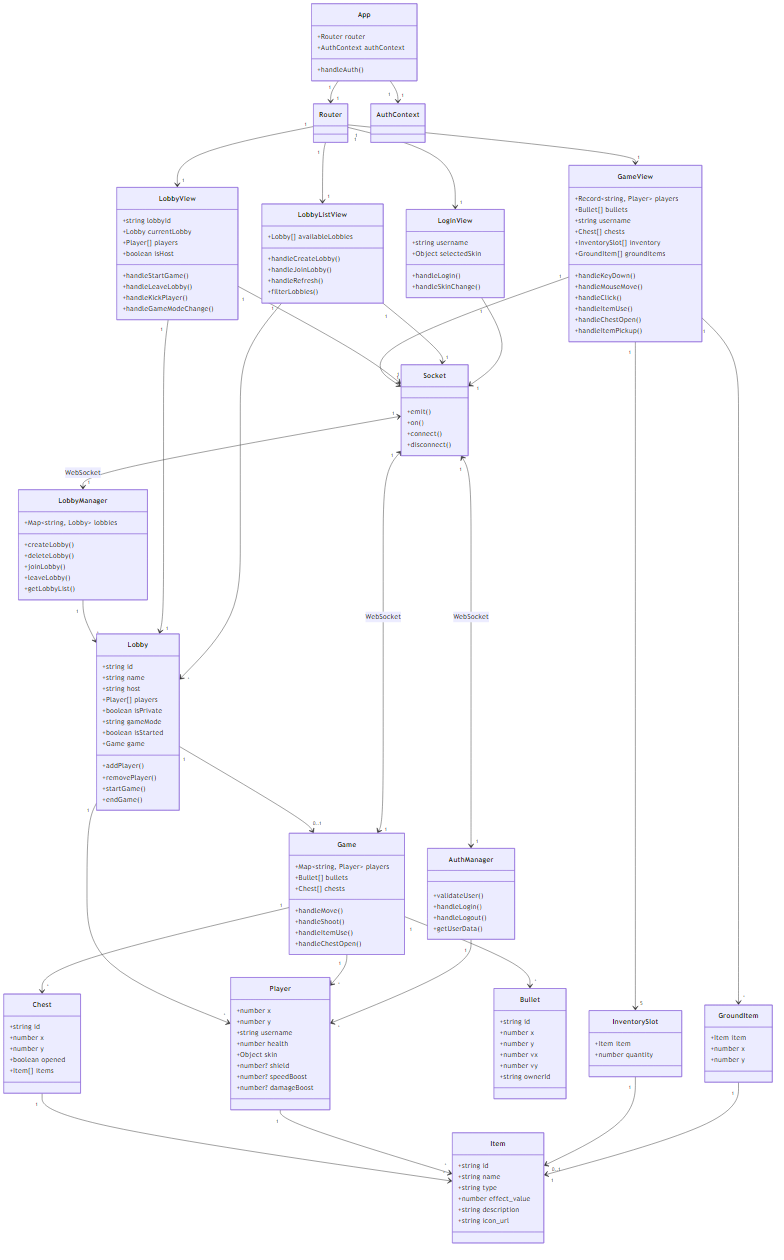
Earlier version of the Mermaid export backend/game-diagram.png (Micha040/WebApp). Its source is kept beside it as backend/game-diagram.mmd.
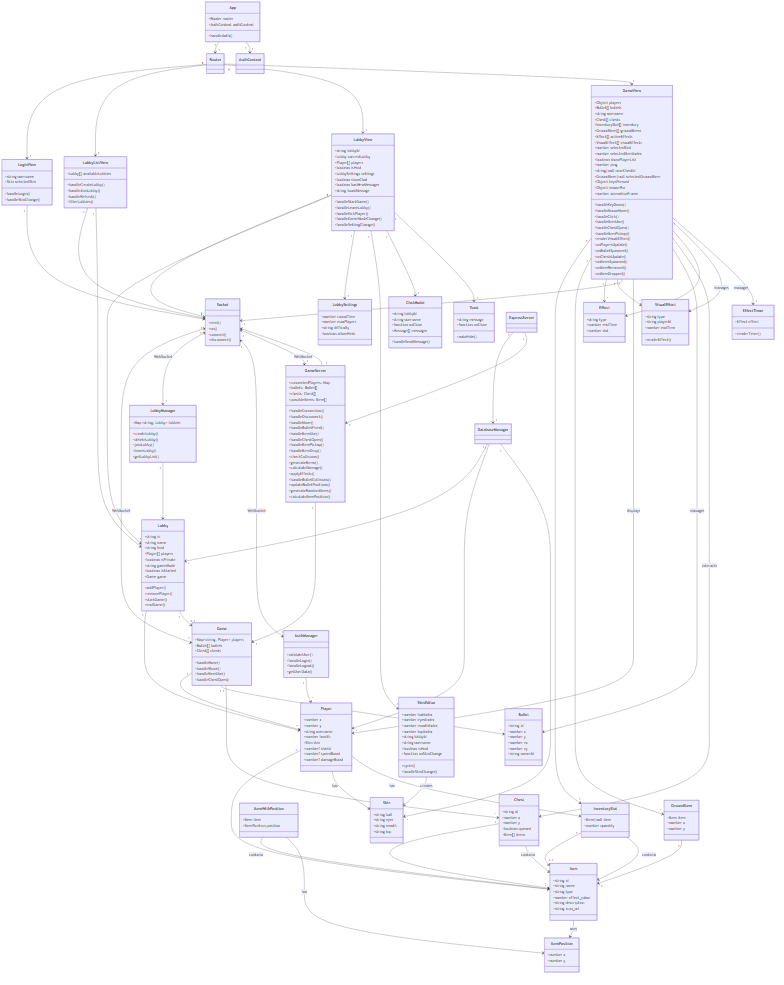
The same diagram one commit later.

Change to the diagram source:
```diff
@@ -6,3 +6,3 @@
         +number health
-        +Object skin
+        +Skin skin
         +number? shield
@@ -10,2 +10,9 @@
         +number? damageBoost
+    }
+
+    class Skin {
+        +string ball
+        +string eyes
+        +string mouth
+        +string top
     }
@@ -19,2 +26,12 @@
         +string icon_url
+    }
+
+    class ItemPosition {
+        +number x
+        +number y
+    }
+
+    class ItemWithPosition {
+        +Item item
+        +ItemPosition position
     }
@@ -87,3 +104,3 @@
         +string username
-        +Object selectedSkin
+        +Skin selectedSkin
         +handleLogin()
@@ -105,2 +122,6 @@
         +boolean isHost
+        +LobbySettings settings
+        +boolean showChat
+        +boolean hasNewMessages
+        +string toastMessage
         +handleStartGame()
@@ -109,2 +130,3 @@
         +handleGameModeChange()
+        +handleSettingChange()
     }
@@ -112,3 +134,3 @@
     class GameView {
-        +Record~string, Player~ players
+        +Object players
         +Bullet[] bullets
@@ -118,2 +140,13 @@
         +GroundItem[] groundItems
+        +Effect[] activeEffects
+        +VisualEffect[] visualEffects
+        +number selectedSlot
+        +number selectedItemIndex
+        +boolean showPlayerList
+        +number ping
+        +string|null nearChestId
+        +GroundItem|null selectedGroundItem
+        +Object keysPressed
+        +Object mousePos
+        +number animationFrame
         +handleKeyDown()
@@ -124,2 +157,9 @@
         +handleItemPickup()
+        +renderVisualEffect()
+        +onPlayersUpdate()
+        +onBulletSpawned()
+        +onChestsUpdate()
+        +onItemsSpawned()
+        +onItemRemoved()
+        +onItemDropped()
     }
@@ -127,3 +167,3 @@
     class InventorySlot {
-        +Item item
+        +Item|null item
         +number quantity
@@ -144,2 +184,143 @@
 
+    class Effect {
+        +string type
+        +number endTime
+        +number slot
+    }
+
+    class VisualEffect {
+        +string type
+        +string playerId
+        +number endTime
+        +renderEffect()
+    }
+
+    class LobbySettings {
+        +number roundTime
+        +number maxPlayers
+        +string difficulty
+        +boolean allowHints
+    }
+
+    class SkinEditor {
+        +number hatIndex
+        +number eyesIndex
+        +number mouthIndex
+        +number topIndex
+        +string lobbyId
+        +string username
+        +boolean isHost
+        +function onSkinChange
+        +cycle()
+        +handleSkinChange()
+    }
+
+    class EffectTimer {
+        +Effect effect
+        +renderTimer()
+    }
+
+    class ChatModal {
+        +string lobbyId
+        +string username
+        +function onClose
+        +Message[] messages
+        +handleSendMessage()
+    }
+
+    class Toast {
+        +string message
+        +function onClose
+        +autoHide()
+    }
+
+    class GameServer {
+        +handleConnection()
+        +handleDisconnect()
+        +handleMove()
+        +handleBulletFired()
+        +handleItemUse()
+        +handleChestOpen()
+        +handleItemPickup()
+        +handleItemDrop()
+        +checkCollisions()
+        +generateItems()
+        +calculateDamage()
+        +applyEffects()
+        +connectedPlayers: Map
+        +bullets: Bullet[]
+        +chests: Chest[]
+        +possibleItems: Item[]
+        +handleBulletCollisions()
+        +updateBulletPositions()
+        +generateRandomItems()
+        +calculateItemPosition()
+    }
+
+    class ExpressServer {
+        +app: Express
+        +corsOptions: CorsOptions
+        +setupMiddleware()
+        +setupRoutes()
+        +start()
+        +createLobby()
+        +joinLobby()
+        +leaveLobby()
+        +getLobbys()
+        +getLobby()
+        +getPlayers()
+        +getMessages()
+        +sendMessage()
+        +saveDrawing()
+        +getDrawings()
+        +updateSettings()
+        +kickPlayer()
+        +getHost()
+        +startGame()
+    }
+
+    class DatabaseManager {
+        +supabase: SupabaseClient
+        +createLobby()
+        +addPlayer()
+        +removePlayers()
+        +getLobbyPlayers()
+        +updateLobbySettings()
+        +getPlayerSkin()
+        +updatePlayerSkin()
+        +saveMessage()
+        +getMessages()
+        +saveDrawing()
+        +getDrawings()
+    }
+
+    class Message {
+        +string id
+        +string username
+        +string lobbyId
+        +string content
+        +Date createdAt
+    }
+
+    class Drawing {
+        +string id
+        +string lobbyId
+        +number x
+        +number y
+        +string color
+        +number thickness
+        +Date createdAt
+    }
+
+    class ConnectedPlayer {
+        +number x
+        +number y
+        +string username
+        +number health
+        +Skin skin
+        +number? shield
+        +number? speedBoost
+        +number? damageBoost
+    }
+
     LobbyManager "1" --> "*" Lobby
@@ -153,2 +334,5 @@
     AuthManager "1" --> "*" Player
+    Item --> ItemPosition : uses
+    ItemWithPosition --> Item : contains
+    ItemWithPosition --> ItemPosition : has
 
@@ -162,2 +346,4 @@
     GameView "1" --> "*" GroundItem
+    GameView "1" --> "*" Effect
+    GameView "1" --> "*" VisualEffect
     GameView "1" --> "1" Socket
@@ -173,1 +359,357 @@
     LobbyListView "1" --> "*" Lobby
+    GameView --> Player : displays
+    GameView --> Bullet : manages
+    GameView --> Chest : interacts
+    Player --> Skin : has
+    Player --> InventorySlot : has
+    InventorySlot --> Item : contains
+    Chest --> Item : contains
+    GameView --> Effect : manages
+    GameView --> VisualEffect : manages
+    LobbyView "1" --> "1" LobbySettings
+    LobbyView "1" --> "1" SkinEditor
+    SkinEditor --> Skin : creates
+    GameView "1" --> "1" EffectTimer
+    LobbyView "1" --> "1" ChatModal
+    LobbyView "1" --> "1" Toast
+    GameServer "1" --> "*" Socket
+    GameServer "1" --> "1" Game
+    Socket "1" <--> "1" GameServer : WebSocket
+
+    ExpressServer "1" --> "1" DatabaseManager
+    ExpressServer "1" --> "1" GameServer
+    DatabaseManager "1" --> "*" Lobby
+    DatabaseManager "1" --> "*" Player
+    DatabaseManager "1" --> "*" Skin
+    DatabaseManager "1" --> "*" Message
+    DatabaseManager "1" --> "*" Drawing
+    GameServer "1" --> "*" ConnectedPlayer
+    ConnectedPlayer "1" --> "1" Skin
+    GameServer "1" --> "*" Socket
+    Socket "1" <--> "1" GameServer : WebSocket
+    Socket "1" <--> "1" LobbyManager : WebSocket
+    Socket "1" <--> "1" AuthManager : WebSocket
+    InventorySlot "1" --> "0..1" Item
+    GroundItem "1" --> "1" Item
+    LobbyView "1" --> "1" Lobby
+    LobbyListView "1" --> "*" Lobby
+    GameView --> Player : displays
+    GameView --> Bullet : manages
+    GameView --> Chest : interacts
+    Player --> Skin : has
+    Player --> InventorySlot : has
+    InventorySlot --> Item : contains
+    Chest --> Item : contains
+    GameView --> Effect : manages
+    GameView --> VisualEffect : manages
+    LobbyView "1" --> "1" LobbySettings
+    LobbyView "1" --> "1" SkinEditor
+    SkinEditor --> Skin : creates
+    GameView "1" --> "1" EffectTimer
+    LobbyView "1" --> "1" ChatModal
+    LobbyView "1" --> "1" Toast
+    GameServer "1" --> "*" Socket
+    GameServer "1" --> "1" Game
+    Socket "1" <--> "1" GameServer : WebSocket
+    Socket "1" <--> "1" GameServer : WebSocket
+    Socket "1" <--> "1" GameServer : WebSocket
+    Socket "1" <--> "1" GameServer : WebSocket
+    Socket "1" <--> "1" GameServer : WebSocket
+    Socket "1" <--> "1" GameServer : WebSocket
+    Socket "1" <--> "1" GameServer : WebSocket
+    Socket "1" <--> "1" GameServer : WebSocket
+    Socket "1" <--> "1" GameServer : WebSocket
+    Socket "1" <--> "1" GameServer : WebSocket
+    Socket "1" <--> "1" GameServer : WebSocket
+    Socket "1" <--> "1" GameServer : WebSocket
+    Socket "1" <--> "1" GameServer : WebSocket
+    Socket "1" <--> "1" GameServer : WebSocket
+    Socket "1" <--> "1" GameServer : WebSocket
+    Socket "1" <--> "1" GameServer : WebSocket
+    Socket "1" <--> "1" GameServer : WebSocket
+    Socket "1" <--> "1" GameServer : WebSocket
+    Socket "1" <--> "1" GameServer : WebSocket
+    Socket "1" <--> "1" GameServer : WebSocket
+    Socket "1" <--> "1" GameServer : WebSocket
+    Socket "1" <--> "1" GameServer : WebSocket
+    Socket "1" <--> "1" GameServer : WebSocket
+    Socket "1" <--> "1" GameServer : WebSocket
+    Socket "1" <--> "1" GameServer : WebSocket
+    Socket "1" <--> "1" GameServer : WebSocket
+    Socket "1" <--> "1" GameServer : WebSocket
+    Socket "1" <--> "1" GameServer : WebSocket
+    Socket "1" <--> "1" GameServer : WebSocket
+    Socket "1" <--> "1" GameServer : WebSocket
+    Socket "1" <--> "1" GameServer : WebSocket
+    Socket "1" <--> "1" GameServer : WebSocket
+    Socket "1" <--> "1" GameServer : WebSocket
+    Socket "1" <--> "1" GameServer : WebSocket
+    Socket "1" <--> "1" GameServer : WebSocket
+    Socket "1" <--> "1" GameServer : WebSocket
+    Socket "1" <--> "1" GameServer : WebSocket
+    Socket "1" <--> "1" GameServer : WebSocket
+    Socket "1" <--> "1" GameServer : WebSocket
+    Socket "1" <--> "1" GameServer : WebSocket
+    Socket "1" <--> "1" GameServer : WebSocket
+    Socket "1" <--> "1" GameServer : WebSocket
+    Socket "1" <--> "1" GameServer : WebSocket
+    Socket "1" <--> "1" GameServer : WebSocket
+    Socket "1" <--> "1" GameServer : WebSocket
+    Socket "1" <--> "1" GameServer : WebSocket
+    Socket "1" <--> "1" GameServer : WebSocket
+    Socket "1" <--> "1" GameServer : WebSocket
+    Socket "1" <--> "1" GameServer : WebSocket
+    Socket "1" <--> "1" GameServer : WebSocket
+    Socket "1" <--> "1" GameServer : WebSocket
+    Socket "1" <--> "1" GameServer : WebSocket
+    Socket "1" <--> "1" GameServer : WebSocket
+    Socket "1" <--> "1" GameServer : WebSocket
+    Socket "1" <--> "1" GameServer : WebSocket
+    Socket "1" <--> "1" GameServer : WebSocket
+    Socket "1" <--> "1" GameServer : WebSocket
+    Socket "1" <--> "1" GameServer : WebSocket
+    Socket "1" <--> "1" GameServer : WebSocket
+    Socket "1" <--> "1" GameServer : WebSocket
+    Socket "1" <--> "1" GameServer : WebSocket
+    Socket "1" <--> "1" GameServer : WebSocket
+    Socket "1" <--> "1" GameServer : WebSocket
+    Socket "1" <--> "1" GameServer : WebSocket
+    Socket "1" <--> "1" GameServer : WebSocket
+    Socket "1" <--> "1" GameServer : WebSocket
+    Socket "1" <--> "1" GameServer : WebSocket
+    Socket "1" <--> "1" GameServer : WebSocket
+    Socket "1" <--> "1" GameServer : WebSocket
+    Socket "1" <--> "1" GameServer : WebSocket
+    Socket "1" <--> "1" GameServer : WebSocket
+    Socket "1" <--> "1" GameServer : WebSocket
+    Socket "1" <--> "1" GameServer : WebSocket
+    Socket "1" <--> "1" GameServer : WebSocket
+    Socket "1" <--> "1" GameServer : WebSocket
+    Socket "1" <--> "1" GameServer : WebSocket
+    Socket "1" <--> "1" GameServer : WebSocket
+    Socket "1" <--> "1" GameServer : WebSocket
+    Socket "1" <--> "1" GameServer : WebSocket
+    Socket "1" <--> "1" GameServer : WebSocket
+    Socket "1" <--> "1" GameServer : WebSocket
+    Socket "1" <--> "1" GameServer : WebSocket
+    Socket "1" <--> "1" GameServer : WebSocket
+    Socket "1" <--> "1" GameServer : WebSocket
+    Socket "1" <--> "1" GameServer : WebSocket
+    Socket "1" <--> "1" GameServer : WebSocket
+    Socket "1" <--> "1" GameServer : WebSocket
+    Socket "1" <--> "1" GameServer : WebSocket
+    Socket "1" <--> "1" GameServer : WebSocket
+    Socket "1" <--> "1" GameServer : WebSocket
+    Socket "1" <--> "1" GameServer : WebSocket
+    Socket "1" <--> "1" GameServer : WebSocket
+    Socket "1" <--> "1" GameServer : WebSocket
+    Socket "1" <--> "1" GameServer : WebSocket
+    Socket "1" <--> "1" GameServer : WebSocket
+    Socket "1" <--> "1" GameServer : WebSocket
+    Socket "1" <--> "1" GameServer : WebSocket
+    Socket "1" <--> "1" GameServer : WebSocket
+    Socket "1" <--> "1" GameServer : WebSocket
+    Socket "1" <--> "1" GameServer : WebSocket
+    Socket "1" <--> "1" GameServer : WebSocket
+    Socket "1" <--> "1" GameServer : WebSocket
+    Socket "1" <--> "1" GameServer : WebSocket
+    Socket "1" <--> "1" GameServer : WebSocket
+    Socket "1" <--> "1" GameServer : WebSocket
+    Socket "1" <--> "1" GameServer : WebSocket
+    Socket "1" <--> "1" GameServer : WebSocket
+    Socket "1" <--> "1" GameServer : WebSocket
+    Socket "1" <--> "1" GameServer : WebSocket
+    Socket "1" <--> "1" GameServer : WebSocket
+    Socket "1" <--> "1" GameServer : WebSocket
+    Socket "1" <--> "1" GameServer : WebSocket
+    Socket "1" <--> "1" GameServer : WebSocket
+    Socket "1" <--> "1" GameServer : WebSocket
+    Socket "1" <--> "1" GameServer : WebSocket
+    Socket "1" <--> "1" GameServer : WebSocket
+    Socket "1" <--> "1" GameServer : WebSocket
+    Socket "1" <--> "1" GameServer : WebSocket
+    Socket "1" <--> "1" GameServer : WebSocket
+    Socket "1" <--> "1" GameServer : WebSocket
+    Socket "1" <--> "1" GameServer : WebSocket
+    Socket "1" <--> "1" GameServer : WebSocket
+    Socket "1" <--> "1" GameServer : WebSocket
+    Socket "1" <--> "1" GameServer : WebSocket
+    Socket "1" <--> "1" GameServer : WebSocket
+    Socket "1" <--> "1" GameServer : WebSocket
+    Socket "1" <--> "1" GameServer : WebSocket
+    Socket "1" <--> "1" GameServer : WebSocket
+    Socket "1" <--> "1" GameServer : WebSocket
+    Socket "1" <--> "1" GameServer : WebSocket
+    Socket "1" <--> "1" GameServer : WebSocket
+    Socket "1" <--> "1" GameServer : WebSocket
+    Socket "1" <--> "1" GameServer : WebSocket
+    Socket "1" <--> "1" GameServer : WebSocket
+    Socket "1" <--> "1" GameServer : WebSocket
+    Socket "1" <--> "1" GameServer : WebSocket
+    Socket "1" <--> "1" GameServer : WebSocket
+    Socket "1" <--> "1" GameServer : WebSocket
+    Socket "1" <--> "1" GameServer : WebSocket
+    Socket "1" <--> "1" GameServer : WebSocket
+    Socket "1" <--> "1" GameServer : WebSocket
+    Socket "1" <--> "1" GameServer : WebSocket
+    Socket "1" <--> "1" GameServer : WebSocket
+    Socket "1" <--> "1" GameServer : WebSocket
+    Socket "1" <--> "1" GameServer : WebSocket
+    Socket "1" <--> "1" GameServer : WebSocket
+    Socket "1" <--> "1" GameServer : WebSocket
+    Socket "1" <--> "1" GameServer : WebSocket
+    Socket "1" <--> "1" GameServer : WebSocket
+    Socket "1" <--> "1" GameServer : WebSocket
+    Socket "1" <--> "1" GameServer : WebSocket
+    Socket "1" <--> "1" GameServer : WebSocket
+    Socket "1" <--> "1" GameServer : WebSocket
+    Socket "1" <--> "1" GameServer : WebSocket
+    Socket "1" <--> "1" GameServer : WebSocket
+    Socket "1" <--> "1" GameServer : WebSocket
+    Socket "1" <--> "1" GameServer : WebSocket
+    Socket "1" <--> "1" GameServer : WebSocket
+    Socket "1" <--> "1" GameServer : WebSocket
+    Socket "1" <--> "1" GameServer : WebSocket
+    Socket "1" <--> "1" GameServer : WebSocket
+    Socket "1" <--> "1" GameServer : WebSocket
+    Socket "1" <--> "1" GameServer : WebSocket
+    Socket "1" <--> "1" GameServer : WebSocket
+    Socket "1" <--> "1" GameServer : WebSocket
+    Socket "1" <--> "1" GameServer : WebSocket
+    Socket "1" <--> "1" GameServer : WebSocket
+    Socket "1" <--> "1" GameServer : WebSocket
+    Socket "1" <--> "1" GameServer : WebSocket
+    Socket "1" <--> "1" GameServer : WebSocket
+    Socket "1" <--> "1" GameServer : WebSocket
+    Socket "1" <--> "1" GameServer : WebSocket
+    Socket "1" <--> "1" GameServer : WebSocket
+    Socket "1" <--> "1" GameServer : WebSocket
+    Socket "1" <--> "1" GameServer : WebSocket
+    Socket "1" <--> "1" GameServer : WebSocket
+    Socket "1" <--> "1" GameServer : WebSocket
+    Socket "1" <--> "1" GameServer : WebSocket
+    Socket "1" <--> "1" GameServer : WebSocket
+    Socket "1" <--> "1" GameServer : WebSocket
+    Socket "1" <--> "1" GameServer : WebSocket
+    Socket "1" <--> "1" GameServer : WebSocket
+    Socket "1" <--> "1" GameServer : WebSocket
+    Socket "1" <--> "1" GameServer : WebSocket
+    Socket "1" <--> "1" GameServer : WebSocket
+    Socket "1" <--> "1" GameServer : WebSocket
+    Socket "1" <--> "1" GameServer : WebSocket
+    Socket "1" <--> "1" GameServer : WebSocket
+    Socket "1" <--> "1" GameServer : WebSocket
+    Socket "1" <--> "1" GameServer : WebSocket
+    Socket "1" <--> "1" GameServer : WebSocket
+    Socket "1" <--> "1" GameServer : WebSocket
+    Socket "1" <--> "1" GameServer : WebSocket
+    Socket "1" <--> "1" GameServer : WebSocket
+    Socket "1" <--> "1" GameServer : WebSocket
+    Socket "1" <--> "1" GameServer : WebSocket
+    Socket "1" <--> "1" GameServer : WebSocket
+    Socket "1" <--> "1" GameServer : WebSocket
+    Socket "1" <--> "1" GameServer : WebSocket
+    Socket "1" <--> "1" GameServer : WebSocket
+    Socket "1" <--> "1" GameServer : WebSocket
+    Socket "1" <--> "1" GameServer : WebSocket
+    Socket "1" <--> "1" GameServer : WebSocket
+    Socket "1" <--> "1" GameServer : WebSocket
+    Socket "1" <--> "1" GameServer : WebSocket
+    Socket "1" <--> "1" GameServer : WebSocket
+    Socket "1" <--> "1" GameServer : WebSocket
+    Socket "1" <--> "1" GameServer : WebSocket
+    Socket "1" <--> "1" GameServer : WebSocket
+    Socket "1" <--> "1" GameServer : WebSocket
+    Socket "1" <--> "1" GameServer : WebSocket
+    Socket "1" <--> "1" GameServer : WebSocket
+    Socket "1" <--> "1" GameServer : WebSocket
+    Socket "1" <--> "1" GameServer : WebSocket
+    Socket "1" <--> "1" GameServer : WebSocket
+    Socket "1" <--> "1" GameServer : WebSocket
+    Socket "1" <--> "1" GameServer : WebSocket
+    Socket "1" <--> "1" GameServer : WebSocket
+    Socket "1" <--> "1" GameServer : WebSocket
+    Socket "1" <--> "1" GameServer : WebSocket
+    Socket "1" <--> "1" GameServer : WebSocket
+    Socket "1" <--> "1" GameServer : WebSocket
+    Socket "1" <--> "1" GameServer : WebSocket
+    Socket "1" <--> "1" GameServer : WebSocket
+    Socket "1" <--> "1" GameServer : WebSocket
+    Socket "1" <--> "1" GameServer : WebSocket
+    Socket "1" <--> "1" GameServer : WebSocket
+    Socket "1" <--> "1" GameServer : WebSocket
+    Socket "1" <--> "1" GameServer : WebSocket
+    Socket "1" <--> "1" GameServer : WebSocket
+    Socket "1" <--> "1" GameServer : WebSocket
+    Socket "1" <--> "1" GameServer : WebSocket
+    Socket "1" <--> "1" GameServer : WebSocket
+    Socket "1" <--> "1" GameServer : WebSocket
+    Socket "1" <--> "1" GameServer : WebSocket
+    Socket "1" <--> "1" GameServer : WebSocket
+    Socket "1" <--> "1" GameServer : WebSocket
+    Socket "1" <--> "1" GameServer : WebSocket
+    Socket "1" <--> "1" GameServer : WebSocket
+    Socket "1" <--> "1" GameServer : WebSocket
+    Socket "1" <--> "1" GameServer : WebSocket
+    Socket "1" <--> "1" GameServer : WebSocket
+    Socket "1" <--> "1" GameServer : WebSocket
+    Socket "1" <--> "1" GameServer : WebSocket
+    Socket "1" <--> "1" GameServer : WebSocket
+    Socket "1" <--> "1" GameServer : WebSocket
+    Socket "1" <--> "1" GameServer : WebSocket
+    Socket "1" <--> "1" GameServer : WebSocket
+    Socket "1" <--> "1" GameServer : WebSocket
+    Socket "1" <--> "1" GameServer : WebSocket
+    Socket "1" <--> "1" GameServer : WebSocket
+    Socket "1" <--> "1" GameServer : WebSocket
+    Socket "1" <--> "1" GameServer : WebSocket
+    Socket "1" <--> "1" GameServer : WebSocket
+    Socket "1" <--> "1" GameServer : WebSocket
+    Socket "1" <--> "1" GameServer : WebSocket
+    Socket "1" <--> "1" GameServer : WebSocket
+    Socket "1" <--> "1" GameServer : WebSocket
+    Socket "1" <--> "1" GameServer : WebSocket
+    Socket "1" <--> "1" GameServer : WebSocket
+    Socket "1" <--> "1" GameServer : WebSocket
+    Socket "1" <--> "1" GameServer : WebSocket
+    Socket "1" <--> "1" GameServer : WebSocket
+    Socket "1" <--> "1" GameServer : WebSocket
+    Socket "1" <--> "1" GameServer : WebSocket
+    Socket "1" <--> "1" GameServer : WebSocket
+    Socket "1" <--> "1" GameServer : WebSocket
+    Socket "1" <--> "1" GameServer : WebSocket
+    Socket "1" <--> "1" GameServer : WebSocket
+    Socket "1" <--> "1" GameServer : WebSocket
+    Socket "1" <--> "1" GameServer : WebSocket
+    Socket "1" <--> "1" GameServer : WebSocket
+    Socket "1" <--> "1" GameServer : WebSocket
+    Socket "1" <--> "1" GameServer : WebSocket
+    Socket "1" <--> "1" GameServer : WebSocket
+    Socket "1" <--> "1" GameServer : WebSocket
+    Socket "1" <--> "1" GameServer : WebSocket
+    Socket "1" <--> "1" GameServer : WebSocket
+    Socket "1" <--> "1" GameServer : WebSocket
+    Socket "1" <--> "1" GameServer : WebSocket
+    Socket "1" <--> "1" GameServer : WebSocket
+    Socket "1" <--> "1" GameServer : WebSocket
+    Socket "1" <--> "1" GameServer : WebSocket
+    Socket "1" <--> "1" GameServer : WebSocket
+    Socket "1" <--> "1" GameServer : WebSocket
+    Socket "1" <--> "1" GameServer : WebSocket
+    Socket "1" <--> "1" GameServer : WebSocket
+    Socket "1" <--> "1" GameServer : WebSocket
+    Socket "1" <--> "1" GameServer : WebSocket
+    Socket "1" <--> "1" GameServer : WebSocket
+    Socket "1" <--> "1" GameServer : WebSocket
+    Socket "1" <--> "1" GameServer : WebSocket
+    Socket "1" <--> "1" GameServer : WebSocket
+    Socket "1" <--> "1" GameServer : WebSocket
+    Socket "1" <--> "1" GameServer : WebSocket
+    Socket "1" <--> "1" GameServer : WebSocket
+    Socket "1" <--> "1" GameServer : WebSocket
+    Socket "1" <--> "1" GameServer : WebSocket
+    Socket "1" <--> "1" GameServer : WebSocket
+    Socket "1" <--> "1" GameServer : WebSocket
+    Socket "1" <--> "1" GameServer : WebSocket
+    Socket "1" <--> "1" GameServer : WebSocket
+    DatabaseManager "1" --> "*" Skin
```
